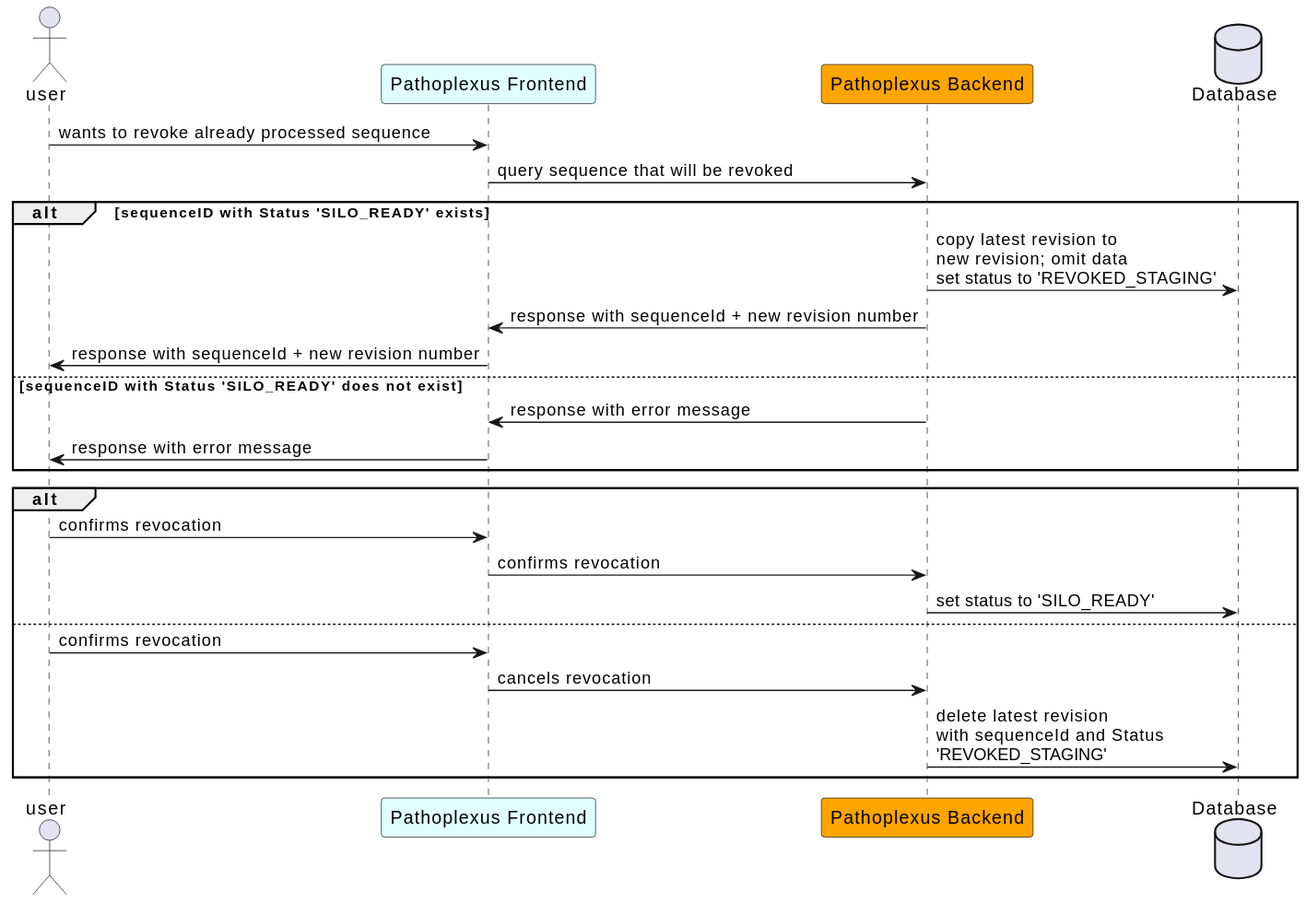
Before: backend/docs/plantuml/sequenceRevision.svg, a diagram exported from PlantUML (loculus-project/loculus).
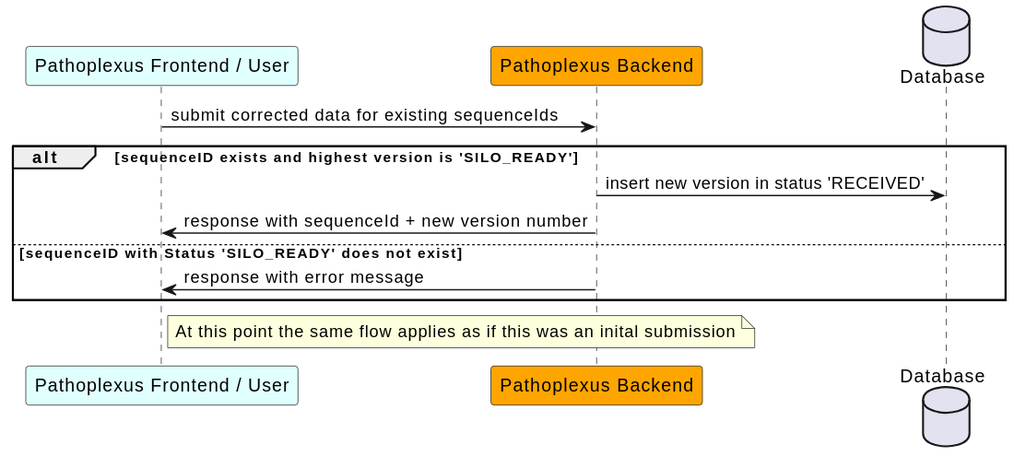
The same diagram one commit later.

Commit message:
docs(backend): addressing comments

What changed in the source:
```diff
@@ -1,29 +1,19 @@
 @startuml
-    actor user
-    participant "Pathoplexus Frontend" as frontend #LightCyan
+    participant "Pathoplexus Frontend / User" as frontend #LightCyan
     participant "Pathoplexus Backend" as backend #Orange
     database "Database" as DB
 
-    user -> frontend: wants to revoke already processed sequence
 
-        frontend -> backend: query sequence that will be revoked
+    frontend -> backend: submit corrected data for existing sequenceIds
 
-    alt sequenceID with Status 'SILO_READY' exists
-        backend -> DB: copy latest revision to \nnew revision; omit data \nset status to 'REVOKED_STAGING'
-    backend -> frontend: response with sequenceId + new revision number
-    frontend -> user: response with sequenceId + new revision number
+    alt sequenceID exists and highest version is 'SILO_READY'
+        backend -> DB: insert new version in status 'RECEIVED'
+    backend -> frontend: response with sequenceId + new version number
     else sequenceID with Status 'SILO_READY' does not exist
         backend -> frontend: response with error message
-        frontend -> user: response with error message
     end
 
-    alt
-        user -> frontend: confirms revocation
-        frontend -> backend: confirms revocation
-        backend -> DB: set status to 'SILO_READY'
-    else
-        user -> frontend: confirms revocation
-        frontend -> backend: cancels revocation
-        backend -> DB: delete latest revision \nwith sequenceId and Status \n'REVOKED_STAGING'
-    end
+    note right of frontend
+        At this point the same flow applies as if this was an inital submission
+    end note
 @enduml
```
